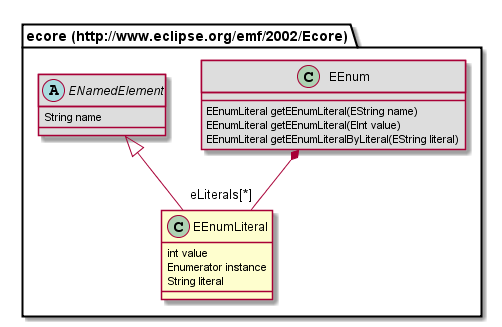
The PlantUML diagram org.nasdanika.codegen.editor/doc/model/687474703a2f2f7777772e65636c697073652e6f72672f656d662f323030322f45636f7265/EEnumLiteral.png in Nasdanika/codegen, before a commit.
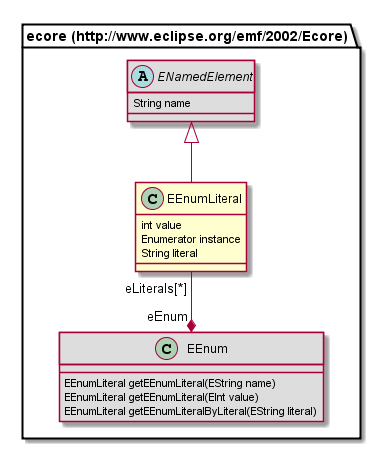
Later version of the same file.

Diff of the diagram source:
```diff
@@ -4,14 +4,14 @@
 	Enumerator instance
 	String literal
 }
+abstract class "ecore (http://www.eclipse.org/emf/2002/Ecore).ENamedElement" #DDDDDD {
+	String name
+}
 class "ecore (http://www.eclipse.org/emf/2002/Ecore).EEnum" #DDDDDD {
 	EEnumLiteral getEEnumLiteral(EString name)
 	EEnumLiteral getEEnumLiteral(EInt value)
 	EEnumLiteral getEEnumLiteralByLiteral(EString literal)
 }
-abstract class "ecore (http://www.eclipse.org/emf/2002/Ecore).ENamedElement" #DDDDDD {
-	String name
-}
 "ecore (http://www.eclipse.org/emf/2002/Ecore).ENamedElement" <|-- "ecore (http://www.eclipse.org/emf/2002/Ecore).EEnumLiteral"
-"ecore (http://www.eclipse.org/emf/2002/Ecore).EEnum" *-- "eLiterals[*]" "ecore (http://www.eclipse.org/emf/2002/Ecore).EEnumLiteral"
+"ecore (http://www.eclipse.org/emf/2002/Ecore).EEnumLiteral" "eLiterals[*]" --* "eEnum" "ecore (http://www.eclipse.org/emf/2002/Ecore).EEnum"
 @enduml
```
